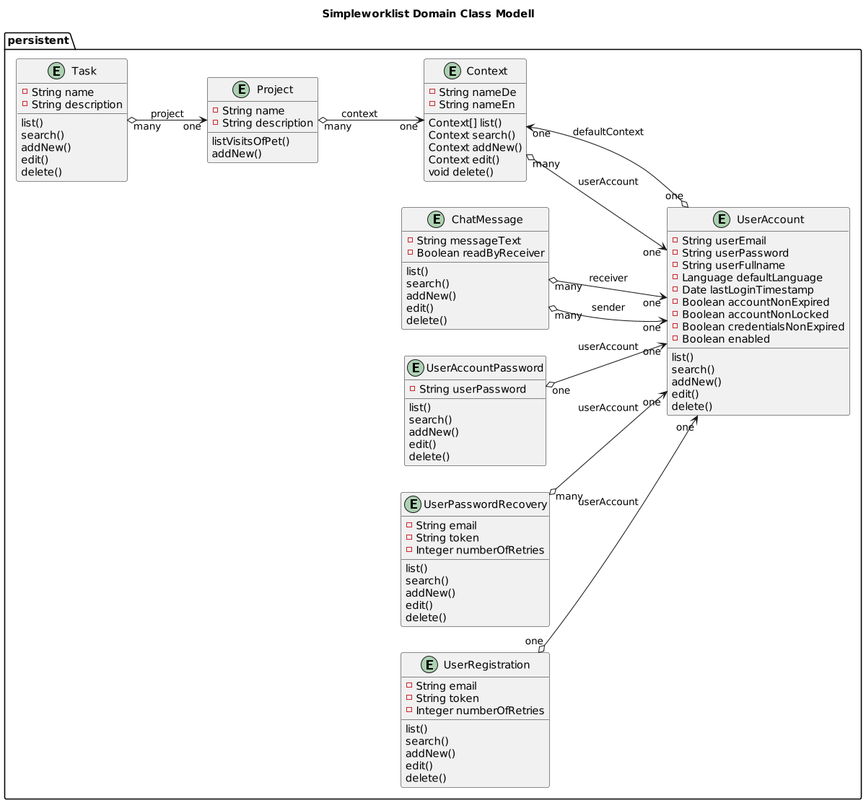
Earlier version of the PlantUML export src/main/resources/static/img/plantuml/Simpleworklist__Domain_Class_Modell_Persistent.png (Spring-Framework-Java-Apps/simpleworklist). The source it was exported from:
```plantuml
@startuml


title Simpleworklist Domain Class Modell

left to right direction

scale 1200 width

package persistent {

  entity Context {
       - String nameDe
       - String nameEn
       Context[] list()
       Context search()
       Context addNew()
       Context edit()
       void delete()
  }

  entity Project {
      - String name
      - String description
      listVisitsOfPet()
      addNew()
  }

  entity Task {
      - String name
      - String description
      list()
      search()
      addNew()
      edit()
      delete()
  }

  entity ChatMessage {
     - String messageText
     - Boolean readByReceiver
      list()
      search()
      addNew()
      edit()
      delete()
  }

  entity UserAccount {
      - String userEmail
      - String userPassword
      - String userFullname
      - Language defaultLanguage
      - Date lastLoginTimestamp
      - Boolean accountNonExpired
      - Boolean accountNonLocked
      - Boolean credentialsNonExpired
      - Boolean enabled
      list()
      search()
      addNew()
      edit()
      delete()
  }

  entity UserAccountPassword {
      - String userPassword
      list()
      search()
      addNew()
      edit()
      delete()
  }

  entity UserPasswordRecovery {
      - String email
      - String token
      - Integer numberOfRetries
      list()
      search()
      addNew()
      edit()
      delete()
  }

  entity UserRegistration {
      - String email
      - String token
      - Integer numberOfRetries
      list()
      search()
      addNew()
      edit()
      delete()
  }

  Context "many"  o-->  "one" UserAccount: userAccount
  Project "many"  o-->  "one" Context: context
  Task "many"  o-->  "one" Project: project
  ChatMessage "many"  o-->  "one" UserAccount: sender
  ChatMessage "many"  o-->  "one" UserAccount: receiver
  UserAccount "one"  o-->  "one" Context: defaultContext
  UserAccountPassword "one"  o-->  "one" UserAccount: userAccount
  UserRegistration "one"  o-->  "one" UserAccount: userAccount
  UserPasswordRecovery "many"  o-->  "one" UserAccount: userAccount

}

@enduml
```
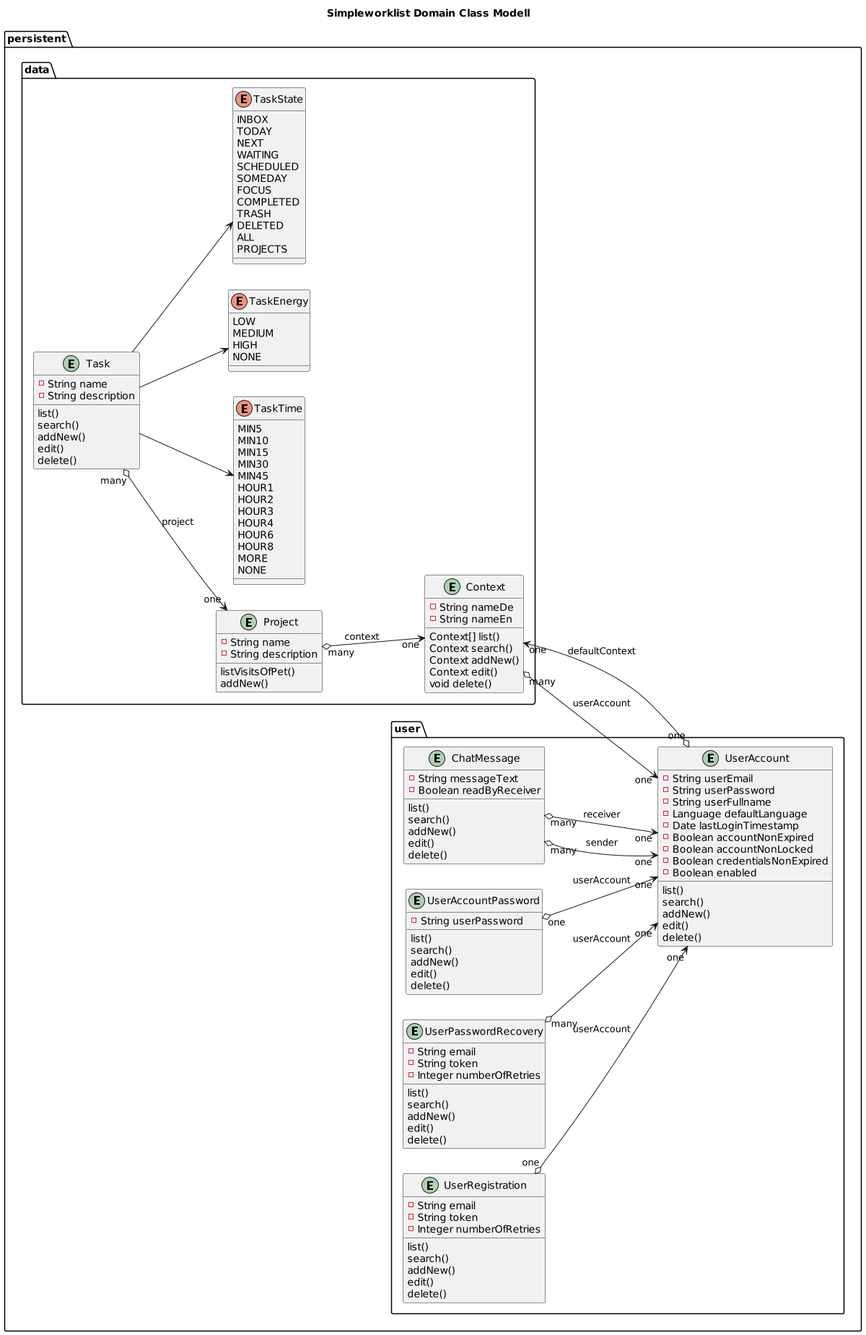
The same diagram one commit later.

Change to the diagram source:
```diff
@@ -8,6 +8,8 @@
 scale 1200 width
 
 package persistent {
+
+package data {
 
   entity Context {
        - String nameDe
@@ -35,6 +37,49 @@
       edit()
       delete()
   }
+
+enum TaskTime {
+    MIN5
+    MIN10
+    MIN15
+    MIN30
+    MIN45
+    HOUR1
+    HOUR2
+    HOUR3
+    HOUR4
+    HOUR6
+    HOUR8
+    MORE
+    NONE
+}
+
+enum TaskEnergy {
+    LOW
+    MEDIUM
+    HIGH
+    NONE
+}
+
+enum TaskState {
+    INBOX
+    TODAY
+    NEXT
+    WAITING
+    SCHEDULED
+    SOMEDAY
+    FOCUS
+    COMPLETED
+    TRASH
+    DELETED
+    ALL
+    PROJECTS
+}
+Task --> TaskTime
+Task --> TaskEnergy
+Task --> TaskState
+}
+package user {
 
   entity ChatMessage {
      - String messageText
```
